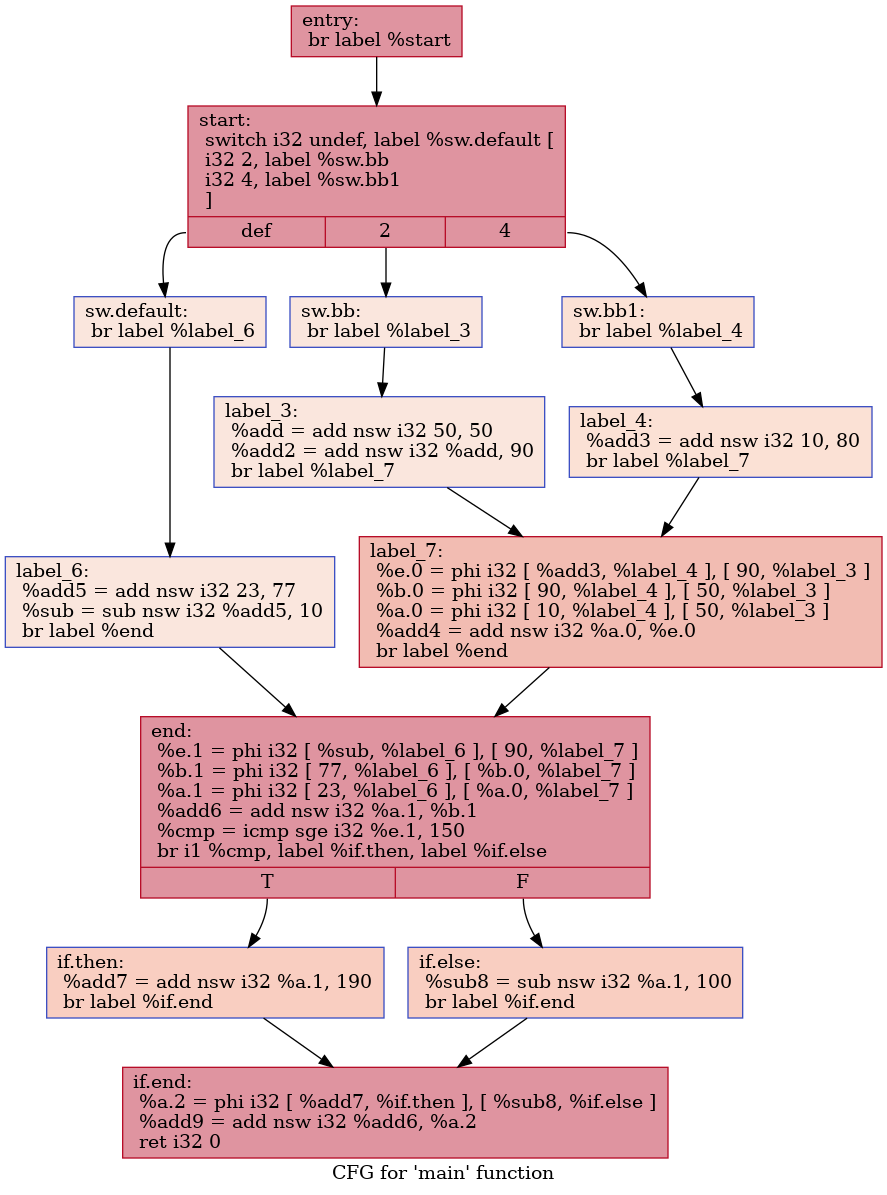
HPSSA-LLVM/HPSSA-LLVM keeps this Graphviz diagram as IR/cfg/baseline.dot.png. Above is the earlier version. Its source is kept beside it as IR/cfg/baseline.dot.
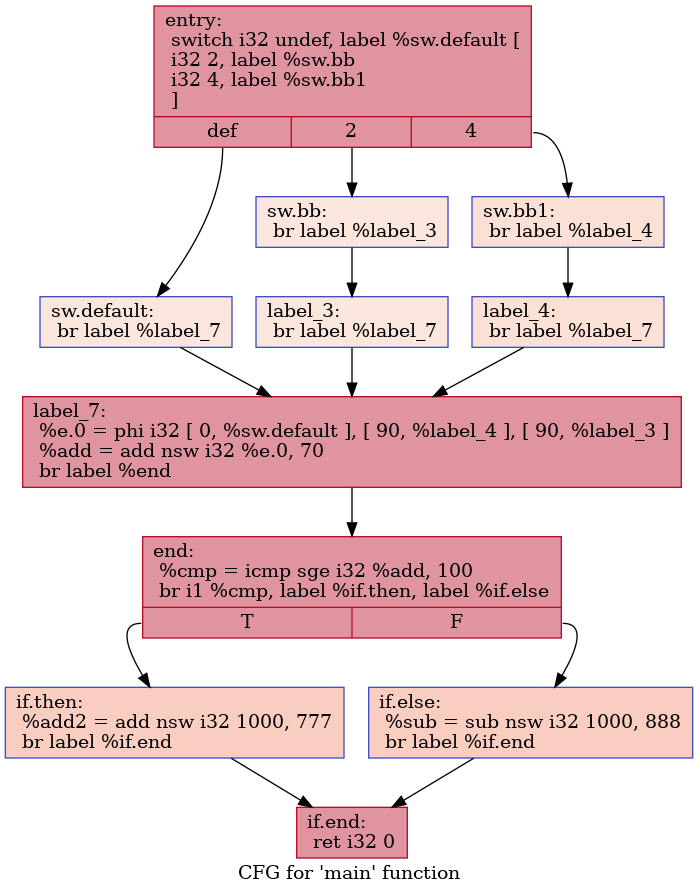
The same diagram one commit later.

Change to the diagram source:
```diff
@@ -1,32 +1,28 @@
 digraph "CFG for 'main' function" {
 	label="CFG for 'main' function";
 
-	Node0x5650fbdb5a30 [shape=record,color="#b70d28ff", style=filled, fillcolor="#b70d2870",label="{entry:\l  br label %start\l}"];
-	Node0x5650fbdb5a30 -> Node0x5650fbdb5b60;
-	Node0x5650fbdb5b60 [shape=record,color="#b70d28ff", style=filled, fillcolor="#b70d2870",label="{start:                                            \l  switch i32 undef, label %sw.default [\l    i32 2, label %sw.bb\l    i32 4, label %sw.bb1\l  ]\l|{<s0>def|<s1>2|<s2>4}}"];
-	Node0x5650fbdb5b60:s0 -> Node0x5650fbdb6070;
-	Node0x5650fbdb5b60:s1 -> Node0x5650fbdb60f0;
-	Node0x5650fbdb5b60:s2 -> Node0x5650fbdb6190;
-	Node0x5650fbdb60f0 [shape=record,color="#3d50c3ff", style=filled, fillcolor="#f3c7b170",label="{sw.bb:                                            \l  br label %label_3\l}"];
-	Node0x5650fbdb60f0 -> Node0x5650fbdb6320;
-	Node0x5650fbdb6190 [shape=record,color="#3d50c3ff", style=filled, fillcolor="#f7bca170",label="{sw.bb1:                                           \l  br label %label_4\l}"];
-	Node0x5650fbdb6190 -> Node0x5650fbdb6400;
-	Node0x5650fbdb6070 [shape=record,color="#3d50c3ff", style=filled, fillcolor="#f3c7b170",label="{sw.default:                                       \l  br label %label_6\l}"];
-	Node0x5650fbdb6070 -> Node0x5650fbdb64e0;
-	Node0x5650fbdb6320 [shape=record,color="#3d50c3ff", style=filled, fillcolor="#f3c7b170",label="{label_3:                                          \l  %add = add nsw i32 50, 50\l  %add2 = add nsw i32 %add, 90\l  br label %label_7\l}"];
-	Node0x5650fbdb6320 -> Node0x5650fbdb6780;
-	Node0x5650fbdb6400 [shape=record,color="#3d50c3ff", style=filled, fillcolor="#f7bca170",label="{label_4:                                          \l  %add3 = add nsw i32 10, 80\l  br label %label_7\l}"];
-	Node0x5650fbdb6400 -> Node0x5650fbdb6780;
-	Node0x5650fbdb6780 [shape=record,color="#b70d28ff", style=filled, fillcolor="#e1675170",label="{label_7:                                          \l  %e.0 = phi i32 [ %add3, %label_4 ], [ 90, %label_3 ]\l  %b.0 = phi i32 [ 90, %label_4 ], [ 50, %label_3 ]\l  %a.0 = phi i32 [ 10, %label_4 ], [ 50, %label_3 ]\l  %add4 = add nsw i32 %a.0, %e.0\l  br label %end\l}"];
-	Node0x5650fbdb6780 -> Node0x5650fbdb6de0;
-	Node0x5650fbdb64e0 [shape=record,color="#3d50c3ff", style=filled, fillcolor="#f3c7b170",label="{label_6:                                          \l  %add5 = add nsw i32 23, 77\l  %sub = sub nsw i32 %add5, 10\l  br label %end\l}"];
-	Node0x5650fbdb64e0 -> Node0x5650fbdb6de0;
-	Node0x5650fbdb6de0 [shape=record,color="#b70d28ff", style=filled, fillcolor="#b70d2870",label="{end:                                              \l  %e.1 = phi i32 [ %sub, %label_6 ], [ 90, %label_7 ]\l  %b.1 = phi i32 [ 77, %label_6 ], [ %b.0, %label_7 ]\l  %a.1 = phi i32 [ 23, %label_6 ], [ %a.0, %label_7 ]\l  %add6 = add nsw i32 %a.1, %b.1\l  %cmp = icmp sge i32 %e.1, 150\l  br i1 %cmp, label %if.then, label %if.else\l|{<s0>T|<s1>F}}"];
-	Node0x5650fbdb6de0:s0 -> Node0x5650fbdb7490;
-	Node0x5650fbdb6de0:s1 -> Node0x5650fbdb7880;
-	Node0x5650fbdb7490 [shape=record,color="#3d50c3ff", style=filled, fillcolor="#f2907270",label="{if.then:                                          \l  %add7 = add nsw i32 %a.1, 190\l  br label %if.end\l}"];
-	Node0x5650fbdb7490 -> Node0x5650fbdb7ae0;
-	Node0x5650fbdb7880 [shape=record,color="#3d50c3ff", style=filled, fillcolor="#f2907270",label="{if.else:                                          \l  %sub8 = sub nsw i32 %a.1, 100\l  br label %if.end\l}"];
-	Node0x5650fbdb7880 -> Node0x5650fbdb7ae0;
-	Node0x5650fbdb7ae0 [shape=record,color="#b70d28ff", style=filled, fillcolor="#b70d2870",label="{if.end:                                           \l  %a.2 = phi i32 [ %add7, %if.then ], [ %sub8, %if.else ]\l  %add9 = add nsw i32 %add6, %a.2\l  ret i32 0\l}"];
+	Node0x56502203a770 [shape=record,color="#b70d28ff", style=filled, fillcolor="#b70d2870",label="{entry:\l  switch i32 undef, label %sw.default [\l    i32 2, label %sw.bb\l    i32 4, label %sw.bb1\l  ]\l|{<s0>def|<s1>2|<s2>4}}"];
+	Node0x56502203a770:s0 -> Node0x56502203acd0;
+	Node0x56502203a770:s1 -> Node0x56502203ad50;
+	Node0x56502203a770:s2 -> Node0x56502203adf0;
+	Node0x56502203ad50 [shape=record,color="#3d50c3ff", style=filled, fillcolor="#f3c7b170",label="{sw.bb:                                            \l  br label %label_3\l}"];
+	Node0x56502203ad50 -> Node0x56502203af80;
+	Node0x56502203adf0 [shape=record,color="#3d50c3ff", style=filled, fillcolor="#f7bca170",label="{sw.bb1:                                           \l  br label %label_4\l}"];
+	Node0x56502203adf0 -> Node0x56502203b060;
+	Node0x56502203acd0 [shape=record,color="#3d50c3ff", style=filled, fillcolor="#f3c7b170",label="{sw.default:                                       \l  br label %label_7\l}"];
+	Node0x56502203acd0 -> Node0x56502203b140;
+	Node0x56502203af80 [shape=record,color="#3d50c3ff", style=filled, fillcolor="#f3c7b170",label="{label_3:                                          \l  br label %label_7\l}"];
+	Node0x56502203af80 -> Node0x56502203b140;
+	Node0x56502203b060 [shape=record,color="#3d50c3ff", style=filled, fillcolor="#f7bca170",label="{label_4:                                          \l  br label %label_7\l}"];
+	Node0x56502203b060 -> Node0x56502203b140;
+	Node0x56502203b140 [shape=record,color="#b70d28ff", style=filled, fillcolor="#b70d2870",label="{label_7:                                          \l  %e.0 = phi i32 [ 0, %sw.default ], [ 90, %label_4 ], [ 90, %label_3 ]\l  %add = add nsw i32 %e.0, 70\l  br label %end\l}"];
+	Node0x56502203b140 -> Node0x56502203b500;
+	Node0x56502203b500 [shape=record,color="#b70d28ff", style=filled, fillcolor="#b70d2870",label="{end:                                              \l  %cmp = icmp sge i32 %add, 100\l  br i1 %cmp, label %if.then, label %if.else\l|{<s0>T|<s1>F}}"];
+	Node0x56502203b500:s0 -> Node0x56502203b6c0;
+	Node0x56502203b500:s1 -> Node0x56502203b730;
+	Node0x56502203b6c0 [shape=record,color="#3d50c3ff", style=filled, fillcolor="#f2907270",label="{if.then:                                          \l  %add2 = add nsw i32 1000, 777\l  br label %if.end\l}"];
+	Node0x56502203b6c0 -> Node0x56502203bb00;
+	Node0x56502203b730 [shape=record,color="#3d50c3ff", style=filled, fillcolor="#f2907270",label="{if.else:                                          \l  %sub = sub nsw i32 1000, 888\l  br label %if.end\l}"];
+	Node0x56502203b730 -> Node0x56502203bb00;
+	Node0x56502203bb00 [shape=record,color="#b70d28ff", style=filled, fillcolor="#b70d2870",label="{if.end:                                           \l  ret i32 0\l}"];
 }
```
